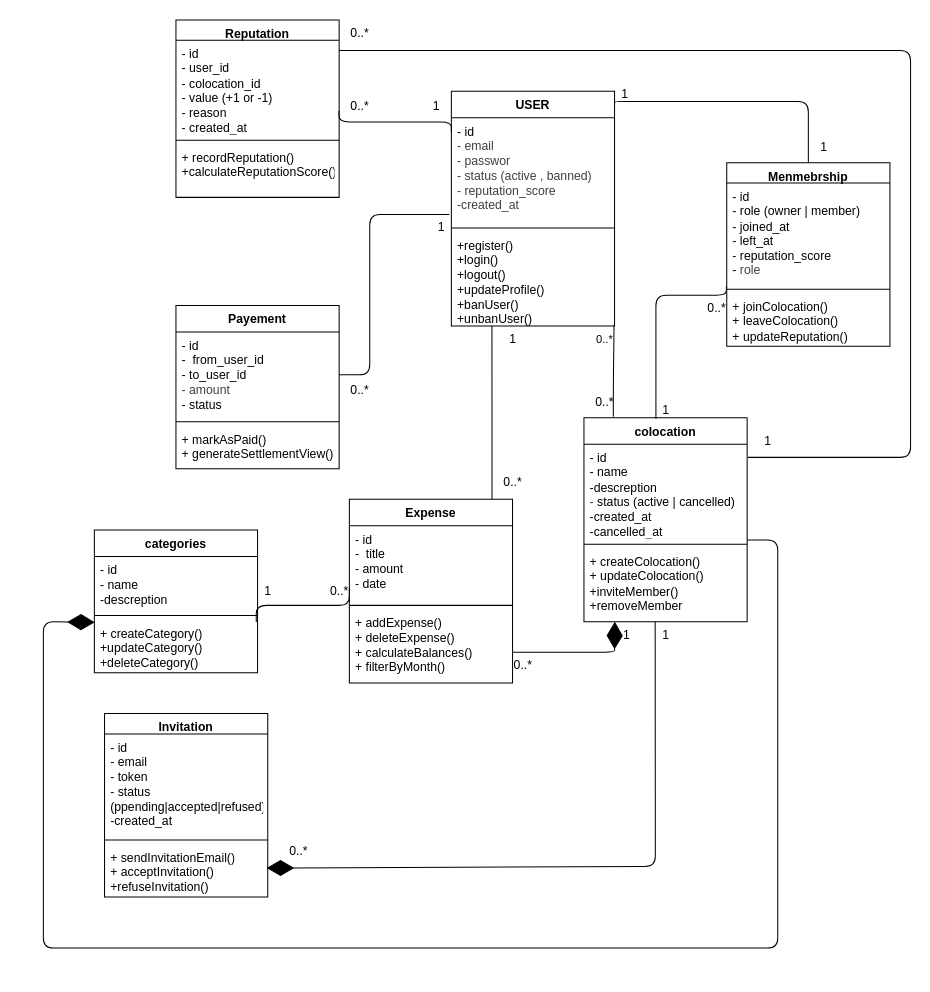
Earlier version of the draw.io diagram diagrammes/Classe.drawio (HIBA53757/EasyColoc). Source tidied: cells renumbered, new cells numbered last; positions are measured from the earlier drawing's top-left corner, leaving out a move shared by most shapes. Both pictures are drawn from the tidied source at 102%, with x=0, y=0 at pixel (43, 17).
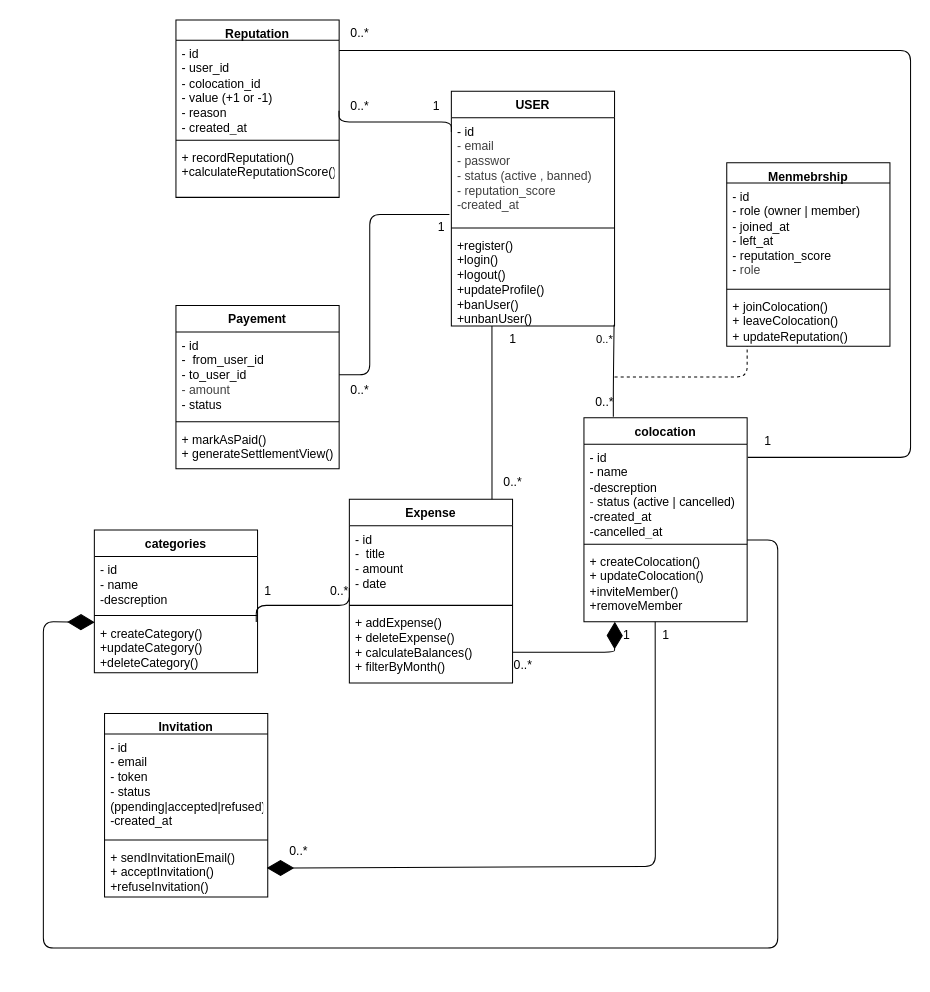
The same page after the edit.

Unchanged cells that the change refers to:
```xml
<mxCell id="6" value="USER" style="swimlane;fontStyle=1;align=center;verticalAlign=top;horizontal=1;startSize=26;whiteSpace=wrap;html=1;" parent="1" vertex="1">
  <mxGeometry x="400" y="72" width="160" height="230" as="geometry" />
</mxCell>
<mxCell id="10" value="colocation" style="swimlane;fontStyle=1;align=center;verticalAlign=top;horizontal=1;startSize=26;whiteSpace=wrap;html=1;" parent="1" vertex="1">
  <mxGeometry x="530" y="392" width="160" height="200" as="geometry" />
</mxCell>
<mxCell id="18" value="Menmebrship" style="swimlane;fontStyle=1;align=center;verticalAlign=top;horizontal=1;startSize=20;whiteSpace=wrap;html=1;" parent="1" vertex="1">
  <mxGeometry x="670" y="142" width="160" height="180" as="geometry" />
</mxCell>
<mxCell id="19" value="-&amp;nbsp;id&lt;div&gt;&lt;span style=&quot;background-color: transparent;&quot;&gt;-&amp;nbsp;&lt;/span&gt;&lt;span style=&quot;background-color: transparent;&quot;&gt;role (owner | member)&lt;/span&gt;&lt;/div&gt;&lt;div&gt;- joined_at&lt;/div&gt;&lt;div&gt;- left_at&lt;/div&gt;&lt;div&gt;- reputation_score&lt;/div&gt;&lt;div&gt;-&lt;span style=&quot;color: rgb(63, 63, 63); background-color: transparent;&quot;&gt;&amp;nbsp;role&amp;nbsp;&lt;/span&gt;&lt;/div&gt;" style="text;strokeColor=none;fillColor=none;align=left;verticalAlign=top;spacingLeft=4;spacingRight=4;overflow=hidden;points=[[0,0.5],[1,0.5]];portConstraint=eastwest;whiteSpace=wrap;html=1;" parent="18" vertex="1">
  <mxGeometry y="20" width="160" height="100" as="geometry" />
</mxCell>
```

Diff of the diagram source:
```diff
@@
-    <mxCell id="34" style="edgeStyle=elbowEdgeStyle;html=1;endArrow=none;elbow=vertical;exitX=1.006;exitY=0.048;exitDx=0;exitDy=0;exitPerimeter=0;" parent="1" edge="1" source="6" target="18">
-      <mxGeometry relative="1" as="geometry">
-        <Array as="points">
-          <mxPoint x="660" y="82" />
-        </Array>
-      </mxGeometry>
-    </mxCell>
-    <mxCell id="35" style="edgeStyle=elbowEdgeStyle;html=1;endArrow=none;elbow=vertical;exitX=0.441;exitY=0.005;exitDx=0;exitDy=0;exitPerimeter=0;entryX=-0.002;entryY=1.008;entryDx=0;entryDy=0;entryPerimeter=0;" parent="1" edge="1" source="10" target="19">
-      <mxGeometry relative="1" as="geometry">
-        <Array as="points">
-          <mxPoint x="601" y="272" />
-        </Array>
-      </mxGeometry>
-    </mxCell>
@@
-    <mxCell id="43" value="1" style="text;html=1;align=center;verticalAlign=middle;strokeColor=none;fillColor=none;" parent="1" vertex="1">
-      <mxGeometry x="555" y="60" width="30" height="30" as="geometry" />
-    </mxCell>
-    <mxCell id="44" value="1" style="text;html=1;align=center;verticalAlign=middle;strokeColor=none;fillColor=none;" parent="1" vertex="1">
-      <mxGeometry x="750" y="112" width="30" height="30" as="geometry" />
-    </mxCell>
-    <mxCell id="45" value="1" style="text;html=1;align=center;verticalAlign=middle;strokeColor=none;fillColor=none;" parent="1" vertex="1">
-      <mxGeometry x="595" y="370" width="30" height="30" as="geometry" />
-    </mxCell>
-    <mxCell id="46" value="0..*" style="text;html=1;align=center;verticalAlign=middle;strokeColor=none;fillColor=none;" parent="1" vertex="1">
-      <mxGeometry x="640" y="270" width="40" height="30" as="geometry" />
-    </mxCell>
@@
+    <mxCell id="65" style="endArrow=none;dashed=1;html=1;" parent="1" edge="1">
+      <mxGeometry relative="1" as="geometry">
+        <mxPoint x="560" y="352" as="sourcePoint" />
+        <mxPoint x="690" y="322" as="targetPoint" />
+        <Array as="points">
+          <mxPoint x="690" y="352" />
+        </Array>
+      </mxGeometry>
+    </mxCell>
```
